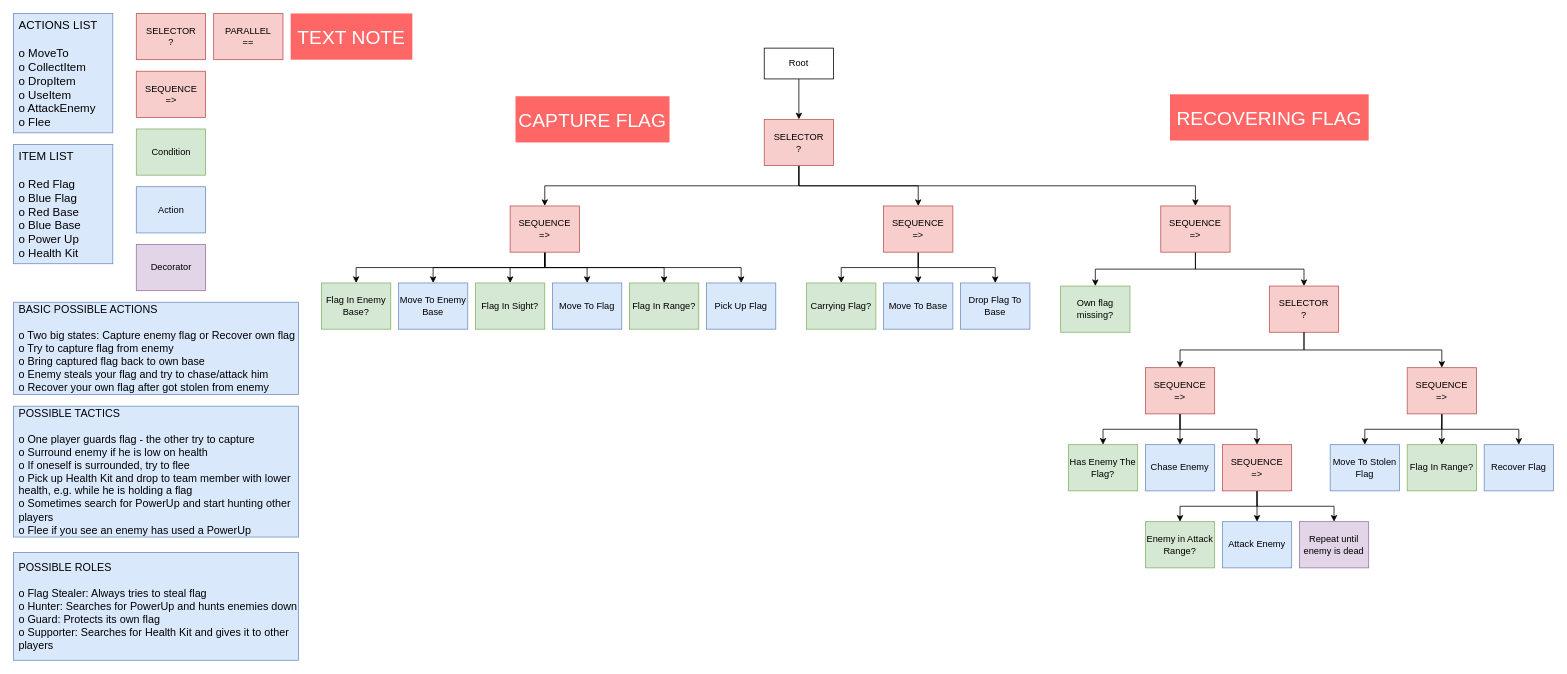
Before: AIAssessmentTree.drawio in Snowball115/SOL-AIBehaviourTree, a draw.io diagram. Source tidied: cells renumbered, new cells numbered last; positions are measured from the earlier drawing's top-left corner, leaving out a move shared by most shapes. Both pictures are drawn from the tidied source at 77%, with x=0, y=0 at pixel (13, 13).
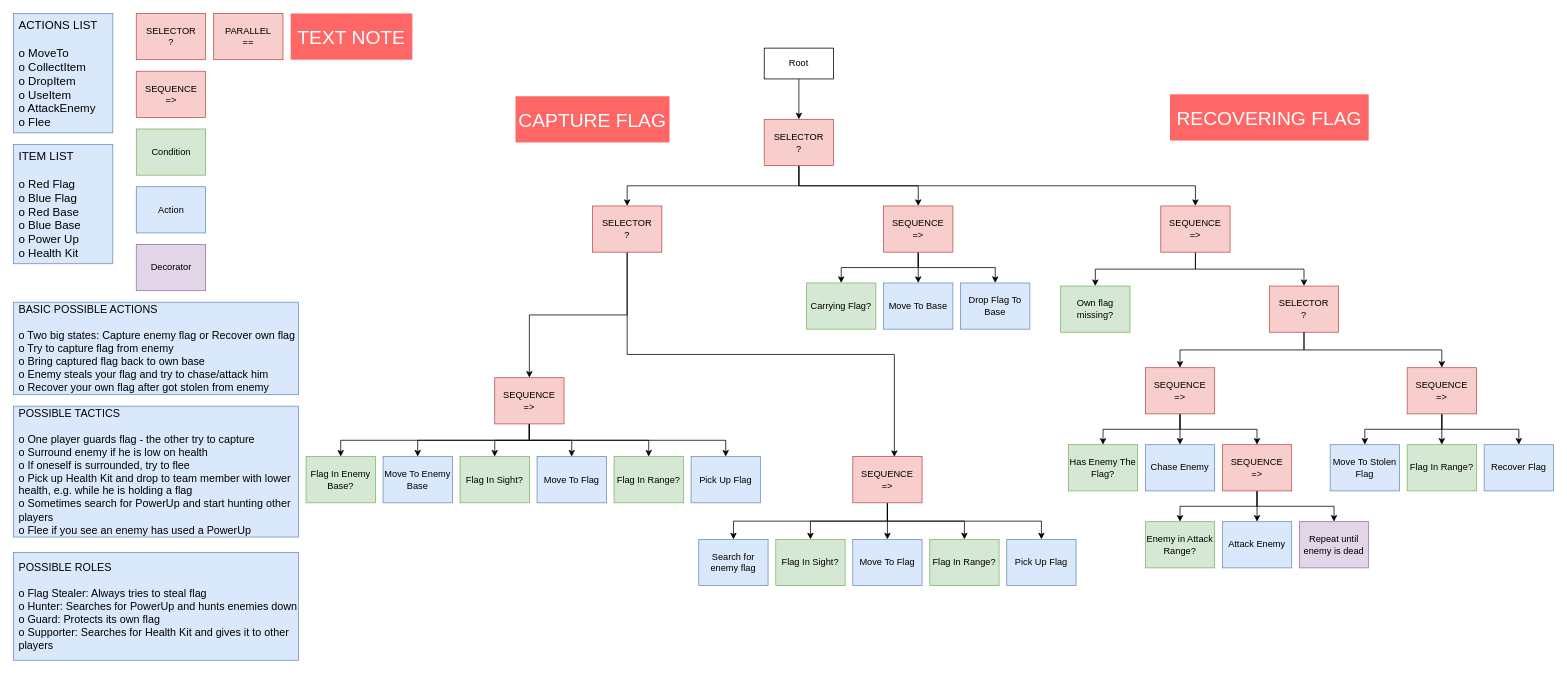
The same diagram, later.

The change refers to these unchanged cells:
```xml
<mxCell id="18" value="SELECTOR&lt;br&gt;?" style="rounded=0;whiteSpace=wrap;html=1;labelBackgroundColor=none;fontSize=12;fillColor=#f8cecc;strokeColor=#b85450;" parent="1" vertex="1">
  <mxGeometry x="975" y="137.5" width="90" height="60" as="geometry" />
</mxCell>
```

Diff of the diagram source:
```diff
@@
     <mxCell id="9" value="Move To Flag" style="rounded=0;whiteSpace=wrap;html=1;labelBackgroundColor=none;fontSize=12;fillColor=#dae8fc;strokeColor=#6c8ebf;" parent="1" vertex="1">
-      <mxGeometry x="700" y="350" width="90" height="60" as="geometry" />
+      <mxGeometry x="680" y="575.5" width="90" height="60" as="geometry" />
     </mxCell>
     <mxCell id="10" value="Flag In Range?" style="rounded=0;whiteSpace=wrap;html=1;labelBackgroundColor=none;fontSize=12;fillColor=#d5e8d4;strokeColor=#82b366;" parent="1" vertex="1">
-      <mxGeometry x="800" y="350" width="90" height="60" as="geometry" />
+      <mxGeometry x="780" y="575.5" width="90" height="60" as="geometry" />
     </mxCell>
     <mxCell id="11" value="Pick Up Flag" style="rounded=0;whiteSpace=wrap;html=1;labelBackgroundColor=none;fontSize=12;fillColor=#dae8fc;strokeColor=#6c8ebf;" parent="1" vertex="1">
-      <mxGeometry x="900" y="350" width="90" height="60" as="geometry" />
+      <mxGeometry x="880" y="575.5" width="90" height="60" as="geometry" />
     </mxCell>
@@
-    <mxCell id="16" style="edgeStyle=orthogonalEdgeStyle;rounded=0;jettySize=auto;html=1;exitX=0.5;exitY=1;exitDx=0;exitDy=0;entryX=0.5;entryY=0;entryDx=0;entryDy=0;" parent="1" edge="1" source="18" target="29">
-      <mxGeometry relative="1" as="geometry" />
-    </mxCell>
@@
+    <mxCell id="69" style="edgeStyle=orthogonalEdgeStyle;rounded=0;jettySize=auto;html=1;exitX=0.5;exitY=1;exitDx=0;exitDy=0;entryX=0.5;entryY=0;entryDx=0;entryDy=0;" parent="1" edge="1" source="18" target="83">
+      <mxGeometry relative="1" as="geometry" />
+    </mxCell>
@@
+    <mxCell id="28" style="edgeStyle=orthogonalEdgeStyle;rounded=0;jettySize=auto;html=1;exitX=0.5;exitY=1;exitDx=0;exitDy=0;entryX=0.5;entryY=0;entryDx=0;entryDy=0;" parent="1" edge="1" source="29" target="34">
+      <mxGeometry relative="1" as="geometry" />
+    </mxCell>
+    <mxCell id="27" style="edgeStyle=orthogonalEdgeStyle;rounded=0;jettySize=auto;html=1;exitX=0.5;exitY=1;exitDx=0;exitDy=0;entryX=0.5;entryY=0;entryDx=0;entryDy=0;" parent="1" edge="1" source="29" target="33">
+      <mxGeometry relative="1" as="geometry" />
+    </mxCell>
-    <mxCell id="26" style="edgeStyle=orthogonalEdgeStyle;rounded=0;jettySize=auto;html=1;exitX=0.5;exitY=1;exitDx=0;exitDy=0;entryX=0.5;entryY=0;entryDx=0;entryDy=0;fontSize=15;" parent="1" edge="1" source="29" target="32">
+    <mxCell id="26" style="edgeStyle=orthogonalEdgeStyle;rounded=0;jettySize=auto;html=1;exitX=0.5;exitY=1;exitDx=0;exitDy=0;entryX=0.5;entryY=0;entryDx=0;entryDy=0;" parent="1" edge="1" source="29" target="32">
       <mxGeometry relative="1" as="geometry" />
     </mxCell>
-    <mxCell id="27" style="edgeStyle=orthogonalEdgeStyle;rounded=0;jettySize=auto;html=1;exitX=0.5;exitY=1;exitDx=0;exitDy=0;entryX=0.5;entryY=0;entryDx=0;entryDy=0;fontSize=15;" parent="1" edge="1" source="29" target="33">
-      <mxGeometry relative="1" as="geometry" />
-    </mxCell>
-    <mxCell id="28" style="edgeStyle=orthogonalEdgeStyle;rounded=0;jettySize=auto;html=1;exitX=0.5;exitY=1;exitDx=0;exitDy=0;entryX=0.5;entryY=0;entryDx=0;entryDy=0;fontSize=15;" parent="1" edge="1" source="29" target="34">
-      <mxGeometry relative="1" as="geometry" />
-    </mxCell>
     <mxCell id="29" value="SEQUENCE&lt;br&gt;=&amp;gt;" style="rounded=0;whiteSpace=wrap;html=1;labelBackgroundColor=none;fontSize=12;fillColor=#f8cecc;strokeColor=#b85450;" parent="1" vertex="1">
-      <mxGeometry x="645" y="250" width="90" height="60" as="geometry" />
+      <mxGeometry x="625" y="473" width="90" height="60" as="geometry" />
     </mxCell>
@@
     <mxCell id="32" value="Flag In Enemy Base?" style="rounded=0;whiteSpace=wrap;html=1;labelBackgroundColor=none;fontSize=12;fillColor=#d5e8d4;strokeColor=#82b366;" parent="1" vertex="1">
-      <mxGeometry x="400" y="350" width="90" height="60" as="geometry" />
+      <mxGeometry x="380" y="575.5" width="90" height="60" as="geometry" />
     </mxCell>
     <mxCell id="33" value="Move To Enemy Base" style="rounded=0;whiteSpace=wrap;html=1;labelBackgroundColor=none;fontSize=12;fillColor=#dae8fc;strokeColor=#6c8ebf;" parent="1" vertex="1">
-      <mxGeometry x="500" y="350" width="90" height="60" as="geometry" />
+      <mxGeometry x="480" y="575.5" width="90" height="60" as="geometry" />
     </mxCell>
     <mxCell id="34" value="Flag In Sight?" style="rounded=0;whiteSpace=wrap;html=1;labelBackgroundColor=none;fontSize=12;fillColor=#d5e8d4;strokeColor=#82b366;" parent="1" vertex="1">
-      <mxGeometry x="600" y="350" width="90" height="60" as="geometry" />
+      <mxGeometry x="580" y="575.5" width="90" height="60" as="geometry" />
     </mxCell>
@@
+    <mxCell id="70" value="Search for enemy flag" style="rounded=0;whiteSpace=wrap;html=1;labelBackgroundColor=none;fontSize=12;fillColor=#dae8fc;strokeColor=#6c8ebf;" parent="1" vertex="1">
+      <mxGeometry x="890" y="683" width="90" height="60" as="geometry" />
+    </mxCell>
+    <mxCell id="71" value="Move To Flag" style="rounded=0;whiteSpace=wrap;html=1;labelBackgroundColor=none;fontSize=12;fillColor=#dae8fc;strokeColor=#6c8ebf;" parent="1" vertex="1">
+      <mxGeometry x="1090" y="683" width="90" height="60" as="geometry" />
+    </mxCell>
+    <mxCell id="72" value="Flag In Range?" style="rounded=0;whiteSpace=wrap;html=1;labelBackgroundColor=none;fontSize=12;fillColor=#d5e8d4;strokeColor=#82b366;" parent="1" vertex="1">
+      <mxGeometry x="1190" y="683" width="90" height="60" as="geometry" />
+    </mxCell>
+    <mxCell id="73" value="Pick Up Flag" style="rounded=0;whiteSpace=wrap;html=1;labelBackgroundColor=none;fontSize=12;fillColor=#dae8fc;strokeColor=#6c8ebf;" parent="1" vertex="1">
+      <mxGeometry x="1290" y="683" width="90" height="60" as="geometry" />
+    </mxCell>
+    <mxCell id="74" style="edgeStyle=orthogonalEdgeStyle;rounded=0;jettySize=auto;html=1;exitX=0.5;exitY=1;exitDx=0;exitDy=0;entryX=0.5;entryY=0;entryDx=0;entryDy=0;" parent="1" edge="1" source="79" target="71">
+      <mxGeometry relative="1" as="geometry" />
+    </mxCell>
+    <mxCell id="75" style="edgeStyle=orthogonalEdgeStyle;rounded=0;jettySize=auto;html=1;exitX=0.5;exitY=1;exitDx=0;exitDy=0;entryX=0.5;entryY=0;entryDx=0;entryDy=0;" parent="1" edge="1" source="79" target="72">
+      <mxGeometry relative="1" as="geometry" />
+    </mxCell>
+    <mxCell id="76" style="edgeStyle=orthogonalEdgeStyle;rounded=0;jettySize=auto;html=1;exitX=0.5;exitY=1;exitDx=0;exitDy=0;entryX=0.5;entryY=0;entryDx=0;entryDy=0;" parent="1" edge="1" source="79" target="73">
+      <mxGeometry relative="1" as="geometry" />
+    </mxCell>
+    <mxCell id="77" style="edgeStyle=orthogonalEdgeStyle;rounded=0;jettySize=auto;html=1;exitX=0.5;exitY=1;exitDx=0;exitDy=0;entryX=0.5;entryY=0;entryDx=0;entryDy=0;fontSize=15;" parent="1" edge="1" source="79" target="80">
+      <mxGeometry relative="1" as="geometry" />
+    </mxCell>
+    <mxCell id="78" style="edgeStyle=orthogonalEdgeStyle;rounded=0;jettySize=auto;html=1;exitX=0.5;exitY=1;exitDx=0;exitDy=0;entryX=0.5;entryY=0;entryDx=0;entryDy=0;" parent="1" edge="1" source="79" target="70">
+      <mxGeometry relative="1" as="geometry" />
+    </mxCell>
+    <mxCell id="79" value="SEQUENCE&lt;br&gt;=&amp;gt;" style="rounded=0;whiteSpace=wrap;html=1;labelBackgroundColor=none;fontSize=12;fillColor=#f8cecc;strokeColor=#b85450;" parent="1" vertex="1">
+      <mxGeometry x="1090" y="575.5" width="90" height="60" as="geometry" />
+    </mxCell>
+    <mxCell id="80" value="Flag In Sight?" style="rounded=0;whiteSpace=wrap;html=1;labelBackgroundColor=none;fontSize=12;fillColor=#d5e8d4;strokeColor=#82b366;" parent="1" vertex="1">
+      <mxGeometry x="990" y="683" width="90" height="60" as="geometry" />
+    </mxCell>
+    <mxCell id="81" style="edgeStyle=orthogonalEdgeStyle;rounded=0;jettySize=auto;html=1;exitX=0.5;exitY=1;exitDx=0;exitDy=0;entryX=0.5;entryY=0;entryDx=0;entryDy=0;" parent="1" edge="1" source="83" target="29">
+      <mxGeometry relative="1" as="geometry" />
+    </mxCell>
+    <mxCell id="82" style="edgeStyle=orthogonalEdgeStyle;rounded=0;jettySize=auto;html=1;exitX=0.5;exitY=1;exitDx=0;exitDy=0;entryX=0.6;entryY=0.008;entryDx=0;entryDy=0;entryPerimeter=0;" parent="1" edge="1" source="83" target="79">
+      <mxGeometry relative="1" as="geometry" />
+    </mxCell>
+    <mxCell id="83" value="SELECTOR&lt;br&gt;?" style="rounded=0;whiteSpace=wrap;html=1;labelBackgroundColor=none;fontSize=12;fillColor=#f8cecc;strokeColor=#b85450;" parent="1" vertex="1">
+      <mxGeometry x="752" y="250" width="90" height="60" as="geometry" />
+    </mxCell>
```
